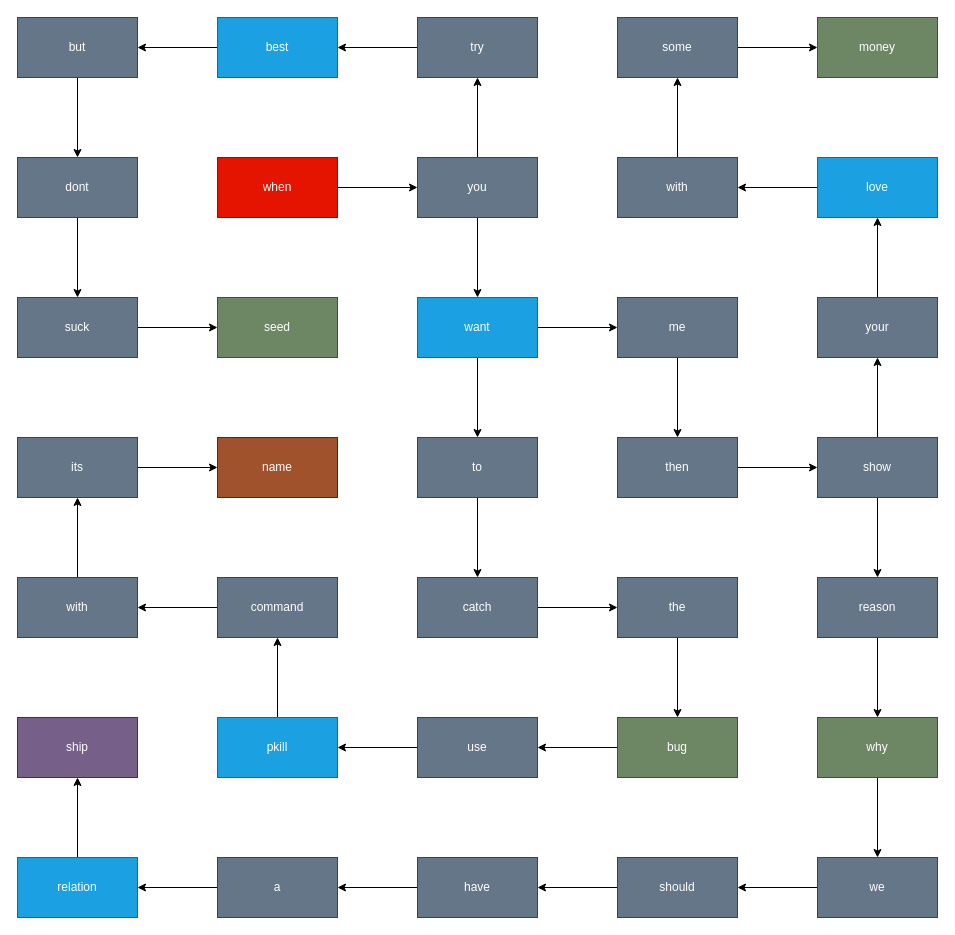
This is utils/level3.drawio from rhycha/G_A-SE_Project-Posixion, a draw.io file, before an edit. Source tidied: cells renumbered, new cells numbered last; positions are measured from the earlier drawing's top-left corner, leaving out a move shared by most shapes. Both pictures are drawn from the tidied source at 100%, with x=0, y=0 at pixel (17, 17).
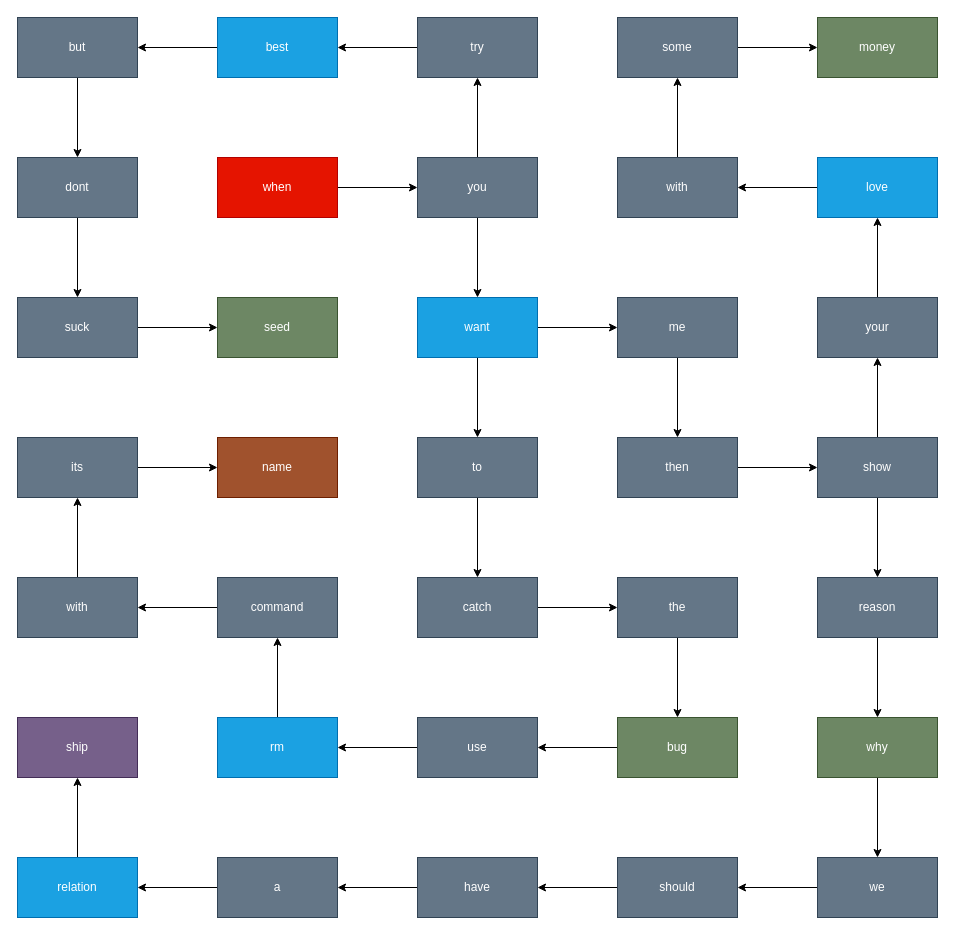
The same diagram, later.

Change to the diagram source:
```diff
@@
-    <mxCell id="26" value="&lt;div&gt;&lt;span style=&quot;background-color: initial;&quot;&gt;pkill&lt;/span&gt;&lt;br&gt;&lt;/div&gt;" style="rounded=0;whiteSpace=wrap;html=1;fillColor=#1ba1e2;fontColor=#ffffff;strokeColor=#006EAF;" parent="1" vertex="1">
+    <mxCell id="26" value="&lt;div&gt;&lt;span style=&quot;background-color: initial;&quot;&gt;rm&lt;/span&gt;&lt;br&gt;&lt;/div&gt;" style="rounded=0;whiteSpace=wrap;html=1;fillColor=#1ba1e2;fontColor=#ffffff;strokeColor=#006EAF;" parent="1" vertex="1">
       <mxGeometry x="200" y="700" width="120" height="60" as="geometry" />
     </mxCell>
```
